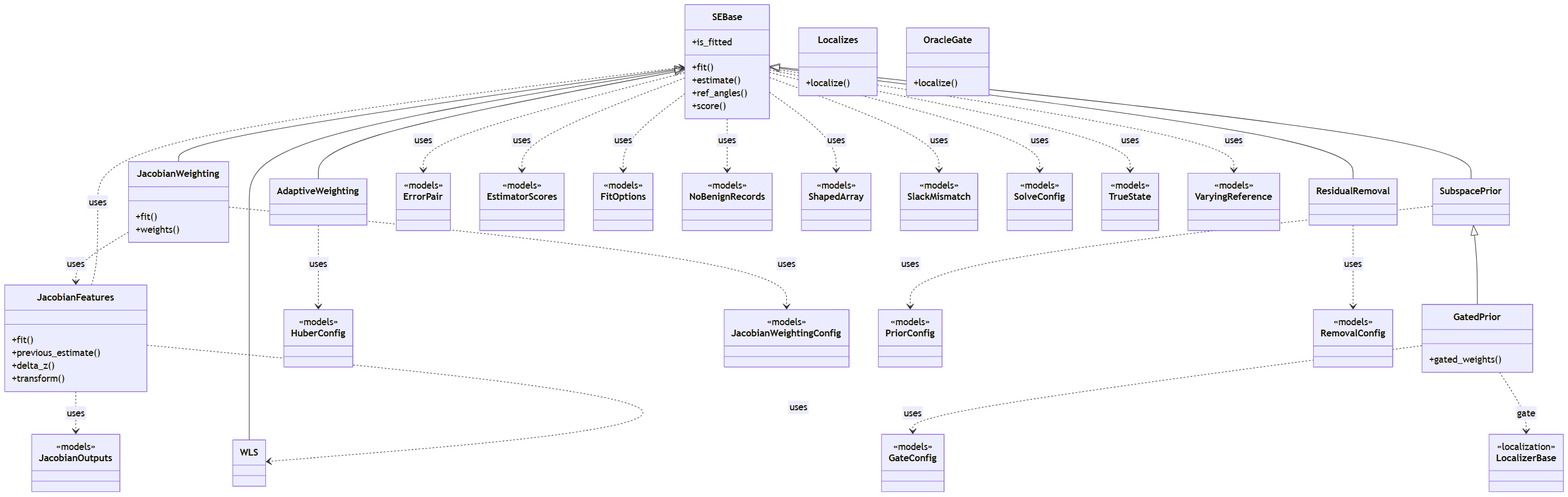
Above: docs/figures/diagrams/classes_estimation.png in myersben9/fdia-graph (Mermaid), before the change. Its source is kept beside it as docs/figures/diagrams/classes_estimation.mmd.
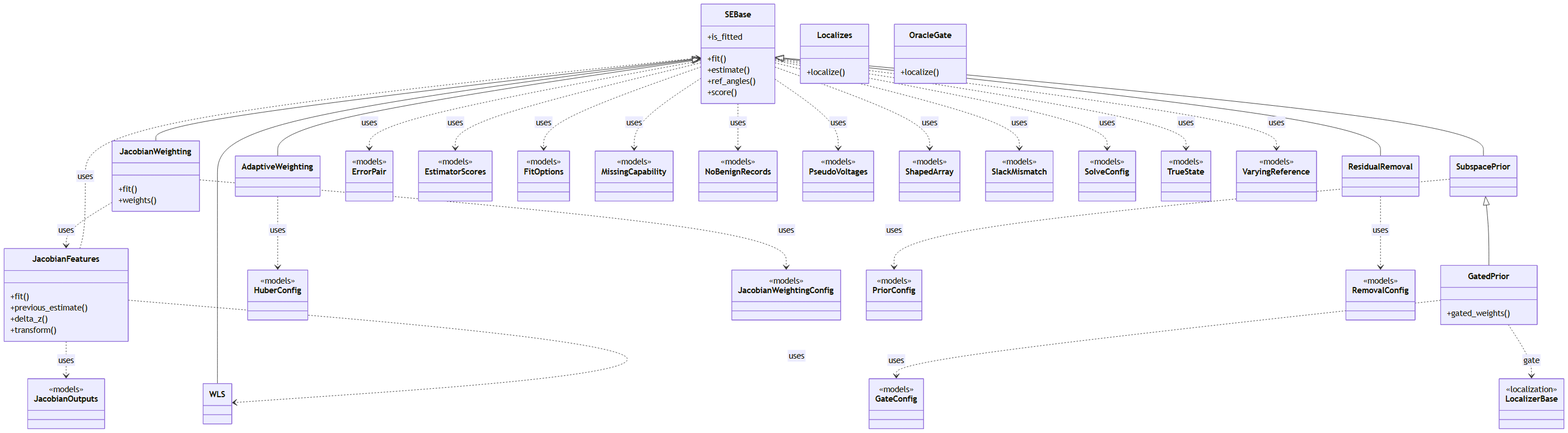
Above is the later version.

What changed in the source:
```diff
@@ -57,10 +57,16 @@
     class LocalizerBase {
         <<localization>>
     }
+    class MissingCapability {
+        <<models>>
+    }
     class NoBenignRecords {
         <<models>>
     }
     class PriorConfig {
+        <<models>>
+    }
+    class PseudoVoltages {
         <<models>>
     }
     class RemovalConfig {
@@ -99,7 +105,9 @@
     SEBase ..> ErrorPair : uses
     SEBase ..> EstimatorScores : uses
     SEBase ..> FitOptions : uses
+    SEBase ..> MissingCapability : uses
     SEBase ..> NoBenignRecords : uses
+    SEBase ..> PseudoVoltages : uses
     SEBase ..> ShapedArray : uses
     SEBase ..> SlackMismatch : uses
     SEBase ..> SolveConfig : uses
```
